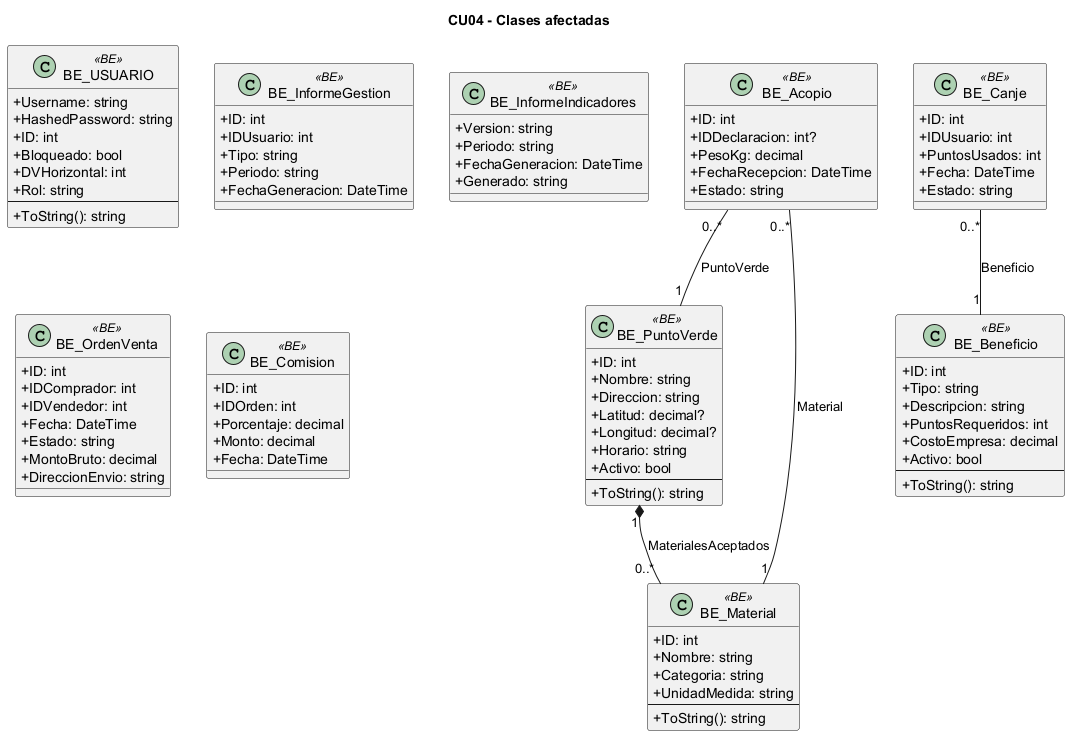
L-Muniz/uai-diploma_2026 keeps this PlantUML diagram as docs/diagramas/uml_png/cu__CU04_clases.png. Above is the earlier version.
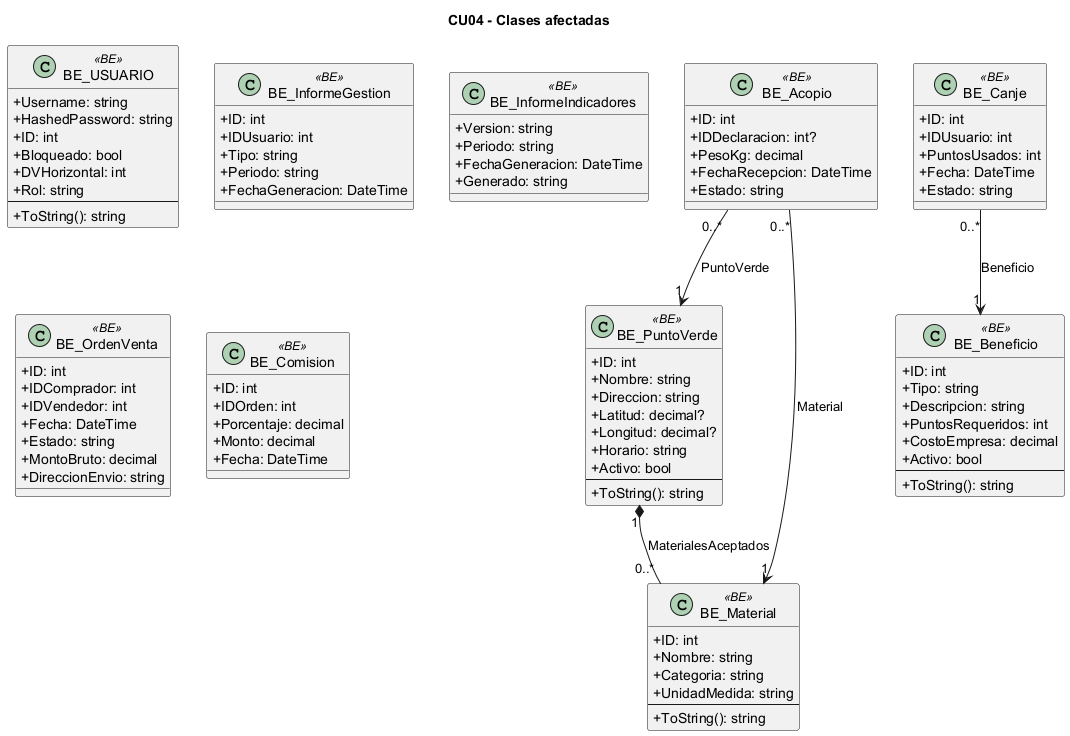
The same diagram one commit later.

The edit, as a diff of the source:
```diff
@@ -83,8 +83,8 @@
   --
   +ToString(): string
 }
-BE_Acopio "0..*" -- "1" BE_PuntoVerde : PuntoVerde
-BE_Acopio "0..*" -- "1" BE_Material : Material
+BE_Acopio "0..*" --> "1" BE_PuntoVerde : PuntoVerde
+BE_Acopio "0..*" --> "1" BE_Material : Material
 BE_PuntoVerde "1" *-- "0..*" BE_Material : MaterialesAceptados
-BE_Canje "0..*" -- "1" BE_Beneficio : Beneficio
+BE_Canje "0..*" --> "1" BE_Beneficio : Beneficio
 @enduml
```
